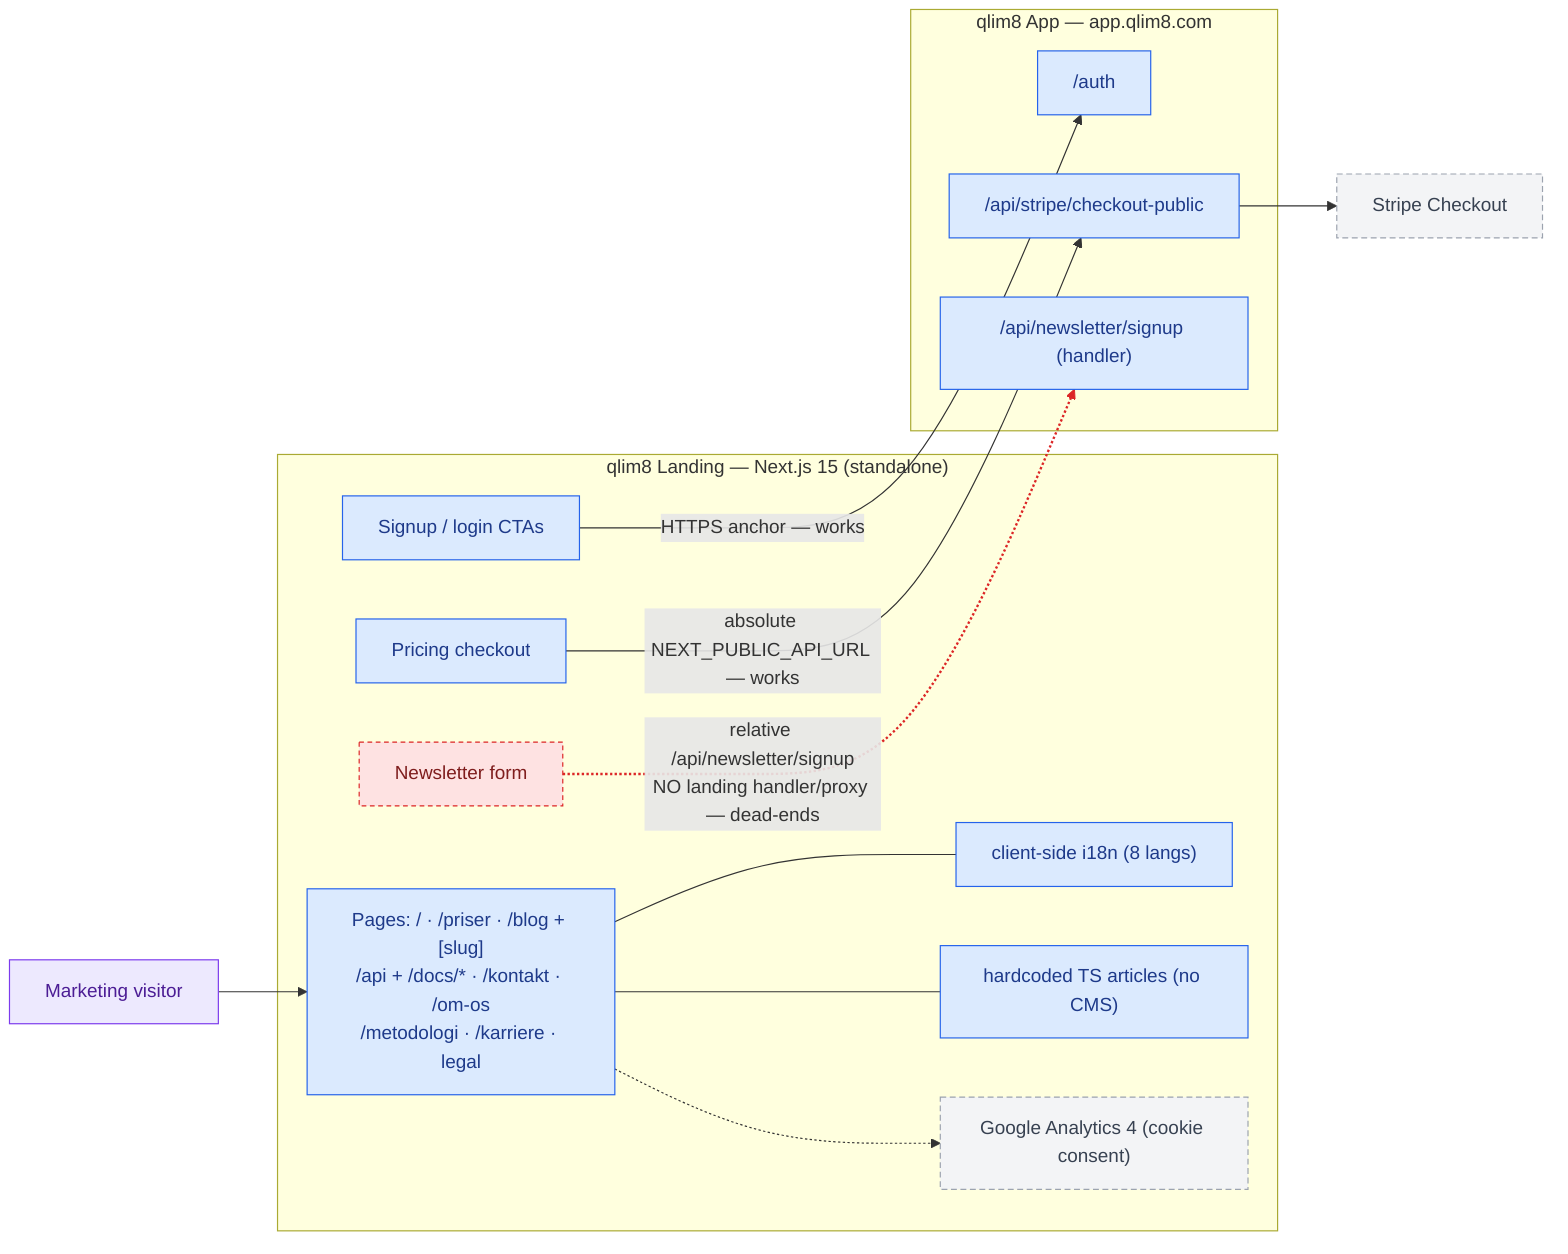
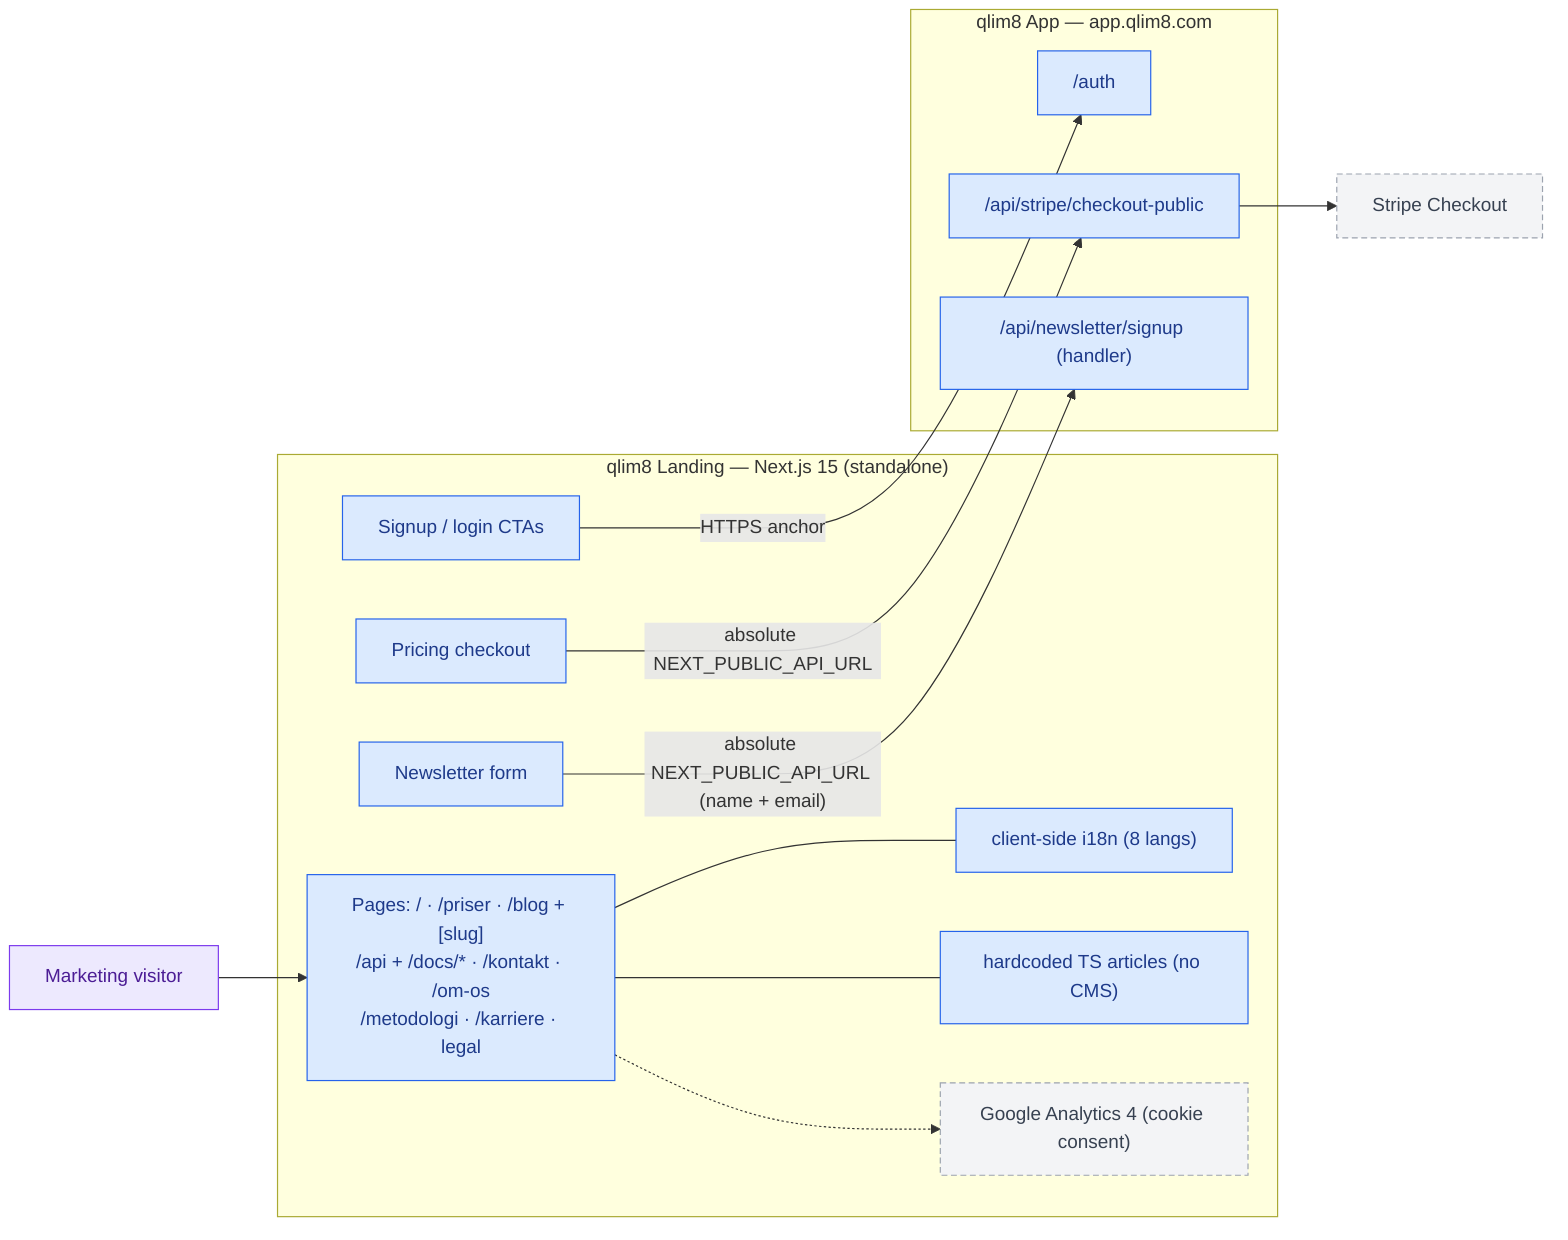
%% qlim8 — Landing architecture & bridges to the app (Diagram 6).
- %% The red dashed edge is a KNOWN GAP: the newsletter form POSTs to a relative
- %% /api/newsletter/signup, but landing has no API route / nginx /api proxy, so it
- %% dead-ends at the Next server (404). Checkout + CTA use absolute app URLs and work.
+ %% All three bridges use absolute app URLs and work: signup/login CTAs, pricing
+ %% checkout, and the newsletter form (-> app /api/newsletter/signup with name + email).
flowchart LR
  visitor["Marketing visitor"]

  subgraph landing["qlim8 Landing — Next.js 15 (standalone)"]
    pages["Pages: / · /priser · /blog + [slug]<br/>/api + /docs/* · /kontakt · /om-os<br/>/metodologi · /karriere · legal"]
    i18n["client-side i18n (8 langs)"]
    content["hardcoded TS articles (no CMS)"]
    ga["Google Analytics 4 (cookie consent)"]
    nlform["Newsletter form"]
    checkout["Pricing checkout"]
    cta["Signup / login CTAs"]
  end

  subgraph app["qlim8 App — app.qlim8.com"]
    appauth["/auth"]
    appcheckout["/api/stripe/checkout-public"]
    appnews["/api/newsletter/signup (handler)"]
  end
  stripe["Stripe Checkout"]

  visitor --> pages
  pages --- i18n
  pages --- content
  pages -.-> ga
-   cta -->|"HTTPS anchor — works"| appauth
-   checkout -->|"absolute NEXT_PUBLIC_API_URL — works"| appcheckout --> stripe
-   nlform -.->|"relative /api/newsletter/signup<br/>NO landing handler/proxy — dead-ends"| appnews
- 
-   linkStyle 7 stroke:#dc2626,stroke-width:2px;
+   cta -->|"HTTPS anchor"| appauth
+   checkout -->|"absolute NEXT_PUBLIC_API_URL"| appcheckout --> stripe
+   nlform -->|"absolute NEXT_PUBLIC_API_URL (name + email)"| appnews

  classDef internal fill:#dbeafe,stroke:#2563eb,color:#1e3a8a;
  classDef external fill:#f3f4f6,stroke:#9ca3af,color:#374151,stroke-dasharray:5 3;
  classDef persona fill:#ede9fe,stroke:#7c3aed,color:#4c1d95;
-   classDef issue fill:#fee2e2,stroke:#dc2626,color:#7f1d1d,stroke-dasharray:4 3;
  class visitor persona;
-   class pages,i18n,content,checkout,cta,appauth,appcheckout,appnews internal;
+   class pages,i18n,content,checkout,cta,nlform,appauth,appcheckout,appnews internal;
  class ga,stripe external;
-   class nlform issue;
